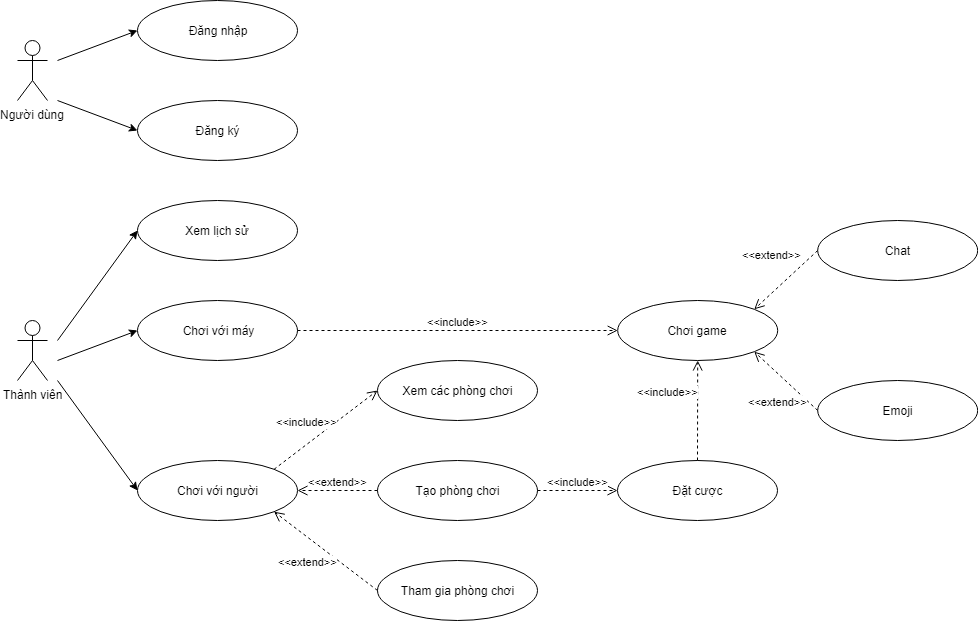
Above: project/document/usecase.png in nqvuong1998/06-web-thinking (draw.io), before the change. Source tidied: cells renumbered, new cells last; positions are measured from the earlier drawing's top-left corner, leaving out a move shared by most shapes. Source of this version:
```xml
<mxGraphModel>
  <root>
    <mxCell id="0" />
    <mxCell id="1" parent="0" />
    <mxCell id="2" value="Người dùng" style="shape=umlActor;verticalLabelPosition=bottom;labelBackgroundColor=#ffffff;verticalAlign=top;html=1;" parent="1" vertex="1">
      <mxGeometry y="40" width="30" height="60" as="geometry" />
    </mxCell>
    <mxCell id="3" value="Thành viên" style="shape=umlActor;verticalLabelPosition=bottom;labelBackgroundColor=#ffffff;verticalAlign=top;html=1;" parent="1" vertex="1">
      <mxGeometry y="320" width="30" height="60" as="geometry" />
    </mxCell>
    <mxCell id="4" value="Đăng nhập" style="ellipse;whiteSpace=wrap;html=1;" parent="1" vertex="1">
      <mxGeometry x="120" width="160" height="60" as="geometry" />
    </mxCell>
    <mxCell id="5" value="Đăng ký" style="ellipse;whiteSpace=wrap;html=1;" parent="1" vertex="1">
      <mxGeometry x="120" y="100" width="160" height="60" as="geometry" />
    </mxCell>
    <mxCell id="6" value="Xem lịch sử" style="ellipse;whiteSpace=wrap;html=1;" parent="1" vertex="1">
      <mxGeometry x="120" y="200" width="160" height="60" as="geometry" />
    </mxCell>
    <mxCell id="7" value="Chơi với người" style="ellipse;whiteSpace=wrap;html=1;" parent="1" vertex="1">
      <mxGeometry x="120" y="460" width="160" height="60" as="geometry" />
    </mxCell>
    <mxCell id="8" value="Chơi với máy" style="ellipse;whiteSpace=wrap;html=1;" parent="1" vertex="1">
      <mxGeometry x="120" y="300" width="160" height="60" as="geometry" />
    </mxCell>
    <mxCell id="9" value="Xem các phòng chơi" style="ellipse;whiteSpace=wrap;html=1;" parent="1" vertex="1">
      <mxGeometry x="360" y="360" width="160" height="60" as="geometry" />
    </mxCell>
    <mxCell id="10" value="Tạo phòng chơi" style="ellipse;whiteSpace=wrap;html=1;" parent="1" vertex="1">
      <mxGeometry x="360" y="460" width="160" height="60" as="geometry" />
    </mxCell>
    <mxCell id="11" value="Tham gia phòng chơi" style="ellipse;whiteSpace=wrap;html=1;" parent="1" vertex="1">
      <mxGeometry x="360" y="560" width="160" height="60" as="geometry" />
    </mxCell>
    <mxCell id="12" value="Đặt cược" style="ellipse;whiteSpace=wrap;html=1;" parent="1" vertex="1">
      <mxGeometry x="600" y="460" width="160" height="60" as="geometry" />
    </mxCell>
    <mxCell id="13" value="Chơi game" style="ellipse;whiteSpace=wrap;html=1;" parent="1" vertex="1">
      <mxGeometry x="600.2" y="300" width="160" height="60" as="geometry" />
    </mxCell>
    <mxCell id="14" value="Chat" style="ellipse;whiteSpace=wrap;html=1;" parent="1" vertex="1">
      <mxGeometry x="800.2" y="220" width="160" height="60" as="geometry" />
    </mxCell>
    <mxCell id="15" value="Emoji" style="ellipse;whiteSpace=wrap;html=1;" parent="1" vertex="1">
      <mxGeometry x="800.2" y="380" width="160" height="60" as="geometry" />
    </mxCell>
    <mxCell id="16" style="endArrow=classic;html=1;entryX=0;entryY=0.5;entryDx=0;entryDy=0;" parent="1" edge="1" target="4">
      <mxGeometry relative="1" as="geometry">
        <mxPoint x="40" y="60" as="sourcePoint" />
      </mxGeometry>
    </mxCell>
    <mxCell id="17" style="endArrow=classic;html=1;entryX=0;entryY=0.5;entryDx=0;entryDy=0;" parent="1" edge="1" target="5">
      <mxGeometry relative="1" as="geometry">
        <mxPoint x="40" y="100" as="sourcePoint" />
      </mxGeometry>
    </mxCell>
    <mxCell id="18" style="endArrow=classic;html=1;entryX=0;entryY=0.5;entryDx=0;entryDy=0;" parent="1" edge="1" target="6">
      <mxGeometry relative="1" as="geometry">
        <mxPoint x="40" y="340" as="sourcePoint" />
      </mxGeometry>
    </mxCell>
    <mxCell id="19" style="endArrow=classic;html=1;entryX=0;entryY=0.5;entryDx=0;entryDy=0;" parent="1" edge="1" target="8">
      <mxGeometry relative="1" as="geometry">
        <mxPoint x="40" y="360" as="sourcePoint" />
      </mxGeometry>
    </mxCell>
    <mxCell id="20" style="endArrow=classic;html=1;entryX=0;entryY=0.5;entryDx=0;entryDy=0;" parent="1" edge="1" target="7">
      <mxGeometry relative="1" as="geometry">
        <mxPoint x="40" y="380" as="sourcePoint" />
      </mxGeometry>
    </mxCell>
    <mxCell id="21" value="&amp;lt;&amp;lt;include&amp;gt;&amp;gt;" style="html=1;verticalAlign=bottom;endArrow=open;dashed=1;endSize=8;entryX=0;entryY=0.5;entryDx=0;entryDy=0;exitX=1;exitY=0;exitDx=0;exitDy=0;" parent="1" edge="1" source="7" target="9">
      <mxGeometry x="-0.23" y="11" relative="1" as="geometry" />
    </mxCell>
    <mxCell id="22" value="&amp;lt;&amp;lt;extend&amp;gt;&amp;gt;" style="html=1;verticalAlign=bottom;endArrow=open;dashed=1;endSize=8;entryX=1;entryY=0.5;entryDx=0;entryDy=0;exitX=0;exitY=0.5;exitDx=0;exitDy=0;" parent="1" edge="1" source="10" target="7">
      <mxGeometry relative="1" as="geometry" />
    </mxCell>
    <mxCell id="23" value="&amp;lt;&amp;lt;extend&amp;gt;&amp;gt;" style="html=1;verticalAlign=bottom;endArrow=open;dashed=1;endSize=8;entryX=1;entryY=1;entryDx=0;entryDy=0;exitX=0;exitY=0.5;exitDx=0;exitDy=0;" parent="1" edge="1" source="11" target="7">
      <mxGeometry x="0.04" y="27" relative="1" as="geometry" />
    </mxCell>
    <mxCell id="24" value="&amp;lt;&amp;lt;include&amp;gt;&amp;gt;" style="html=1;verticalAlign=bottom;endArrow=open;dashed=1;endSize=8;entryX=0;entryY=0.5;entryDx=0;entryDy=0;exitX=1;exitY=0.5;exitDx=0;exitDy=0;" parent="1" edge="1" source="10" target="12">
      <mxGeometry relative="1" as="geometry" />
    </mxCell>
    <mxCell id="25" value="&amp;lt;&amp;lt;include&amp;gt;&amp;gt;" style="html=1;verticalAlign=bottom;endArrow=open;dashed=1;endSize=8;entryX=0;entryY=0.5;entryDx=0;entryDy=0;exitX=1;exitY=0.5;exitDx=0;exitDy=0;" parent="1" edge="1" source="8" target="13">
      <mxGeometry relative="1" as="geometry" />
    </mxCell>
    <mxCell id="26" value="&amp;lt;&amp;lt;include&amp;gt;&amp;gt;" style="html=1;verticalAlign=bottom;endArrow=open;dashed=1;endSize=8;entryX=0.5;entryY=1;entryDx=0;entryDy=0;exitX=0.5;exitY=0;exitDx=0;exitDy=0;" parent="1" edge="1" source="12" target="13">
      <mxGeometry x="0.2" y="30" relative="1" as="geometry" />
    </mxCell>
    <mxCell id="27" value="&amp;lt;&amp;lt;extend&amp;gt;&amp;gt;" style="html=1;verticalAlign=bottom;endArrow=open;dashed=1;endSize=8;exitX=0;exitY=0.5;exitDx=0;exitDy=0;entryX=1;entryY=0;entryDx=0;entryDy=0;" parent="1" edge="1" source="14" target="13">
      <mxGeometry y="-22" relative="1" as="geometry" />
    </mxCell>
    <mxCell id="28" value="&amp;lt;&amp;lt;extend&amp;gt;&amp;gt;" style="html=1;verticalAlign=bottom;endArrow=open;dashed=1;endSize=8;exitX=0;exitY=0.5;exitDx=0;exitDy=0;entryX=1;entryY=1;entryDx=0;entryDy=0;" parent="1" edge="1" source="15" target="13">
      <mxGeometry x="-0.32" y="27" relative="1" as="geometry">
        <mxPoint x="-1" as="offset" />
      </mxGeometry>
    </mxCell>
  </root>
</mxGraphModel>
```
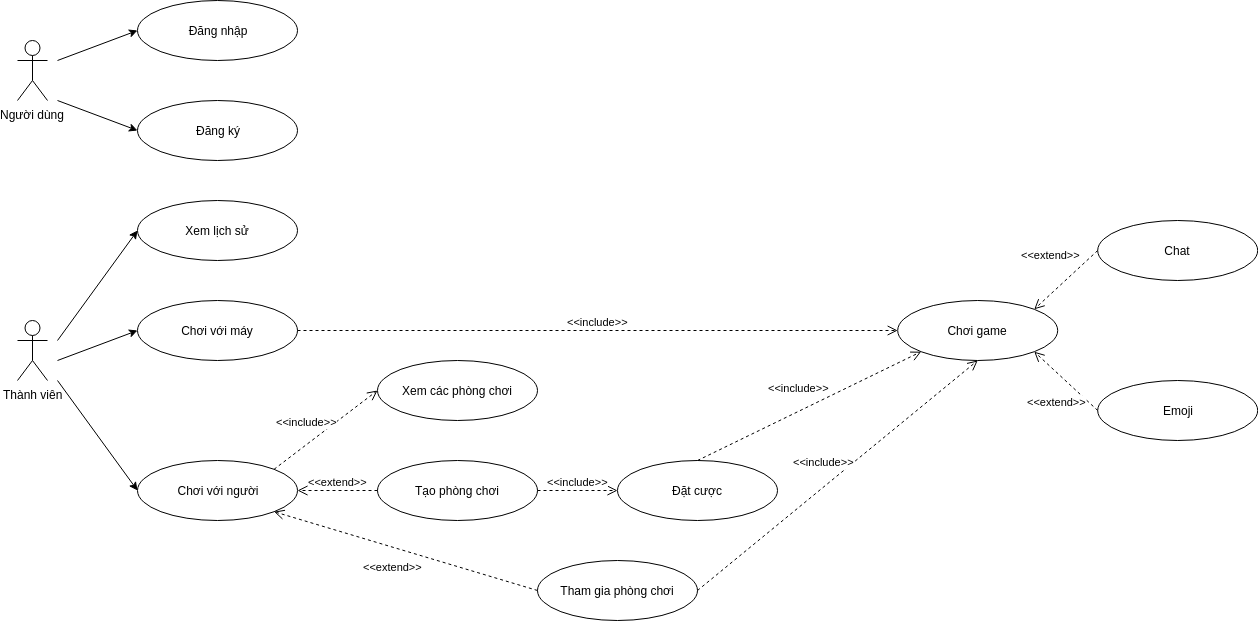
After the commit.

Change to the diagram source:
```diff
@@ -30,19 +30,19 @@
       <mxGeometry x="360" y="460" width="160" height="60" as="geometry" />
     </mxCell>
     <mxCell id="11" value="Tham gia phòng chơi" style="ellipse;whiteSpace=wrap;html=1;" parent="1" vertex="1">
-      <mxGeometry x="360" y="560" width="160" height="60" as="geometry" />
+      <mxGeometry x="520" y="560" width="160" height="60" as="geometry" />
     </mxCell>
     <mxCell id="12" value="Đặt cược" style="ellipse;whiteSpace=wrap;html=1;" parent="1" vertex="1">
       <mxGeometry x="600" y="460" width="160" height="60" as="geometry" />
     </mxCell>
     <mxCell id="13" value="Chơi game" style="ellipse;whiteSpace=wrap;html=1;" parent="1" vertex="1">
-      <mxGeometry x="600.2" y="300" width="160" height="60" as="geometry" />
+      <mxGeometry x="880.2" y="300" width="160" height="60" as="geometry" />
     </mxCell>
     <mxCell id="14" value="Chat" style="ellipse;whiteSpace=wrap;html=1;" parent="1" vertex="1">
-      <mxGeometry x="800.2" y="220" width="160" height="60" as="geometry" />
+      <mxGeometry x="1080.2" y="220" width="160" height="60" as="geometry" />
     </mxCell>
     <mxCell id="15" value="Emoji" style="ellipse;whiteSpace=wrap;html=1;" parent="1" vertex="1">
-      <mxGeometry x="800.2" y="380" width="160" height="60" as="geometry" />
+      <mxGeometry x="1080.2" y="380" width="160" height="60" as="geometry" />
     </mxCell>
     <mxCell id="16" style="endArrow=classic;html=1;entryX=0;entryY=0.5;entryDx=0;entryDy=0;" parent="1" edge="1" target="4">
       <mxGeometry relative="1" as="geometry">
@@ -84,8 +84,8 @@
     <mxCell id="25" value="&amp;lt;&amp;lt;include&amp;gt;&amp;gt;" style="html=1;verticalAlign=bottom;endArrow=open;dashed=1;endSize=8;entryX=0;entryY=0.5;entryDx=0;entryDy=0;exitX=1;exitY=0.5;exitDx=0;exitDy=0;" parent="1" edge="1" source="8" target="13">
       <mxGeometry relative="1" as="geometry" />
     </mxCell>
-    <mxCell id="26" value="&amp;lt;&amp;lt;include&amp;gt;&amp;gt;" style="html=1;verticalAlign=bottom;endArrow=open;dashed=1;endSize=8;entryX=0.5;entryY=1;entryDx=0;entryDy=0;exitX=0.5;exitY=0;exitDx=0;exitDy=0;" parent="1" edge="1" source="12" target="13">
-      <mxGeometry x="0.2" y="30" relative="1" as="geometry" />
+    <mxCell id="26" value="&amp;lt;&amp;lt;include&amp;gt;&amp;gt;" style="html=1;verticalAlign=bottom;endArrow=open;dashed=1;endSize=8;entryX=0;entryY=1;entryDx=0;entryDy=0;exitX=0.5;exitY=0;exitDx=0;exitDy=0;" parent="1" edge="1" source="12" target="13">
+      <mxGeometry x="-0.04" y="13" relative="1" as="geometry" />
     </mxCell>
     <mxCell id="27" value="&amp;lt;&amp;lt;extend&amp;gt;&amp;gt;" style="html=1;verticalAlign=bottom;endArrow=open;dashed=1;endSize=8;exitX=0;exitY=0.5;exitDx=0;exitDy=0;entryX=1;entryY=0;entryDx=0;entryDy=0;" parent="1" edge="1" source="14" target="13">
       <mxGeometry y="-22" relative="1" as="geometry" />
@@ -95,5 +95,8 @@
         <mxPoint x="-1" as="offset" />
       </mxGeometry>
     </mxCell>
+    <mxCell id="29" value="&amp;lt;&amp;lt;include&amp;gt;&amp;gt;" style="html=1;verticalAlign=bottom;endArrow=open;dashed=1;endSize=8;exitX=1;exitY=0.5;exitDx=0;exitDy=0;entryX=0.5;entryY=1;entryDx=0;entryDy=0;" parent="1" edge="1" source="11" target="13">
+      <mxGeometry x="-0.04" y="13" relative="1" as="geometry" />
+    </mxCell>
   </root>
 </mxGraphModel>
```
